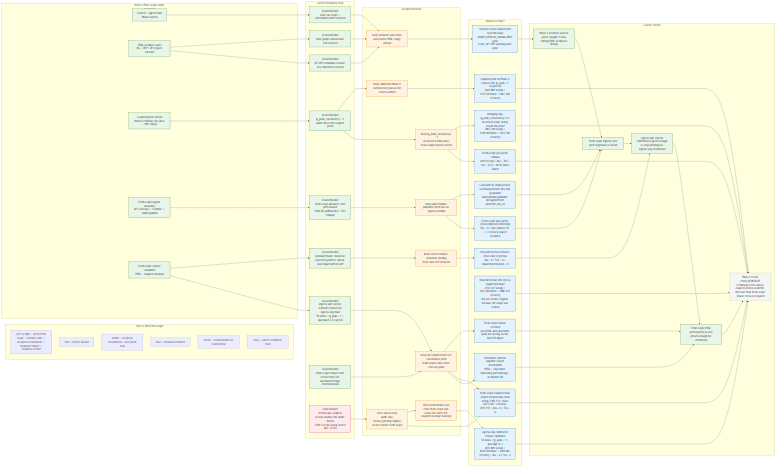
This is docs/design/platform/dev_full/graph/readiness/dev_full_rtdl_readiness_delta_current_v0.mermaid.png from EsosaOrumwese/fraud-detection-system, a Mermaid export, as it was before one commit. Its source is kept beside it as docs/design/platform/dev_full/graph/readiness/dev_full_rtdl_readiness_delta_current_v0.mermaid.mmd.
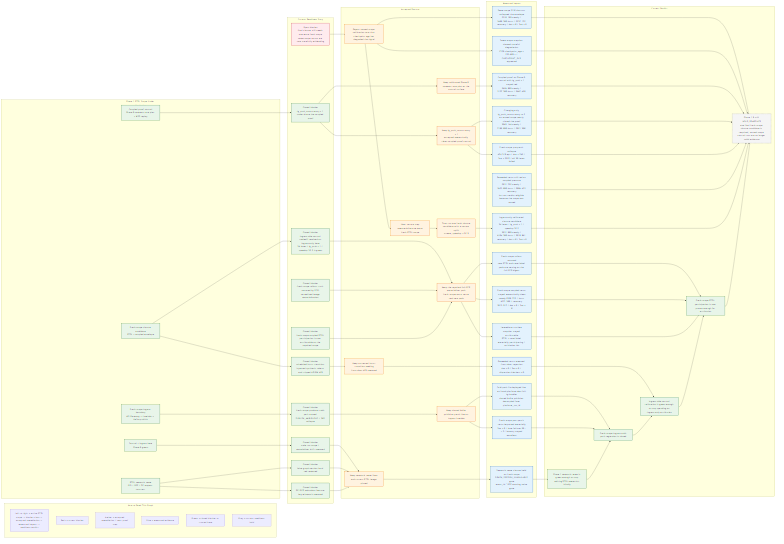
After the commit.

Commit message:
Refocus Phase1 on fresh-scope closure proof

What changed in the source:
```diff
@@ -31,7 +31,8 @@
     B6["Closed blocker<br>scheduled burst transition injected synthetic tokens and tripped APIGW 429"]
     B7["Closed blocker<br>ingress-side control tradeoff resolved on ingress-only base<br>54 lanes / ig_push = 1 / speedup 52.2 is green"]
     B8["Closed blocker<br>fresh-scope rollout truth restored by ECR-normalized image materialization"]
-    B9["Open blocker<br>fresh-scope coupled steady window still under-driven<br>2958.733 eps steady with 0 4xx / 0 5xx"]
+    B9["Closed blocker<br>fresh-scope coupled RTDL participation is now attributable on the repaired scope"]
+    B10["Open blocker<br>final closure still needs one more fresh scope<br>same-scope reruns are now statefully misleading"]
   end
 
   subgraph POSTURE["Accepted Posture"]
@@ -41,8 +42,9 @@
     P4["Keep shared Kafka publisher patch live on ingress Lambda"]
     P5["Keep corrected burst-transition seeding<br>front-door 429 removed"]
     P6["Keep the repaired full-ECR materializer path<br>fresh scopes must serve real new pods"]
-    P7["Next narrow step<br>uplift only stream_speedup slightly on the current fresh scope"]
-    P8["Then rematerialize one more fresh scope and rerun the corrected coupled envelope honestly"]
+    P7["Reject reused-scope calibration now that checkpoint age has degraded the signal"]
+    P8["Next narrow step<br>rematerialize one more fresh RTDL scope"]
+    P9["Then run one fresh closure candidate with a narrow uplift<br>stream_speedup = 52.9"]
   end
 
   subgraph EVIDENCE["Measured Impact"]
@@ -58,6 +60,8 @@
     E10["Fresh-scope rollout restored<br>new RTDL and case/label pods are serving on the full ECR digest"]
     E11["Fresh-scope coupled rerun stayed semantically clean<br>steady 2958.733 / burst 6371.500 / recovery 3015.917 / 4xx = 0 / 5xx = 0"]
     E12["Immediate runtime snapshot stayed attributable<br>RTDL + case/label materially participating / no blocker ids"]
+    E13["Same-scope 53.0 shortcut collapsed the envelope<br>2510.189 steady / 3400.500 burst / 2257.172 recovery / 4xx = 0 / 5xx = 0"]
+    E14["Same-scope snapshot showed stateful degradation<br>CSFB checkpoint_age = 255.689 s / CHECKPOINT_OLD appeared"]
   end
 
   subgraph VERDICT["Current Verdict"]
@@ -65,7 +69,7 @@
     V2["Fresh-scope ingress cold-path regression is closed"]
     V3["Ingress-side control calibration is green enough to stop spending on ingress-only attribution"]
     V4["Fresh-scope RTDL participation is now proven enough for attribution"]
-    V5["Phase 1.B still HOLD_REMEDIATE<br>remaining red is narrow coupled-control underfill, then one final fresh-scope closure rerun is required"]
+    V5["Phase 1.B still HOLD_REMEDIATE<br>one final fresh-scope closure candidate is required; reused-scope control runs are no longer valid evidence"]
   end
 
   C0 --> B1
@@ -85,8 +89,10 @@
   B6 --> P5
   B7 --> P6
   B8 --> P6
-  B9 --> P7
+  B9 --> P6
+  B10 --> P7
   P7 --> P8
+  P8 --> P9
 
   P1 --> E1
   P2 --> E2
@@ -97,8 +103,9 @@
   P6 --> E10
   P6 --> E11
   P6 --> E12
-  P7 --> E11
-  P8 --> E9
+  P7 --> E13
+  P7 --> E14
+  P9 --> E9
   P3 --> E4
 
   E1 --> V1
@@ -106,8 +113,10 @@
   E6 --> V2
   E7 --> V3
   E10 --> V4
-  E11 --> V5
+  E11 --> V4
   E12 --> V4
+  E13 --> V5
+  E14 --> V5
   E2 --> V5
   E3 --> V5
   E4 --> V5
@@ -125,9 +134,9 @@
   classDef caveat fill:#f5f5f5,stroke:#616161,color:#111,stroke-dasharray: 5 3;
 
   class C0,C1,C2,C3,C4 comp;
-  class B1,B2,B3,B4,B5,B6,B7,B8 comp;
-  class B9 defect;
-  class P1,P2,P3,P4,P5,P6,P7,P8 fix;
-  class E1,E2,E3,E4,E5,E6,E7,E8,E9,E10,E11,E12 metric;
+  class B1,B2,B3,B4,B5,B6,B7,B8,B9 comp;
+  class B10 defect;
+  class P1,P2,P3,P4,P5,P6,P7,P8,P9 fix;
+  class E1,E2,E3,E4,E5,E6,E7,E8,E9,E10,E11,E12,E13,E14 metric;
   class V1,V2,V3,V4 comp;
   class V5 caveat;
```
